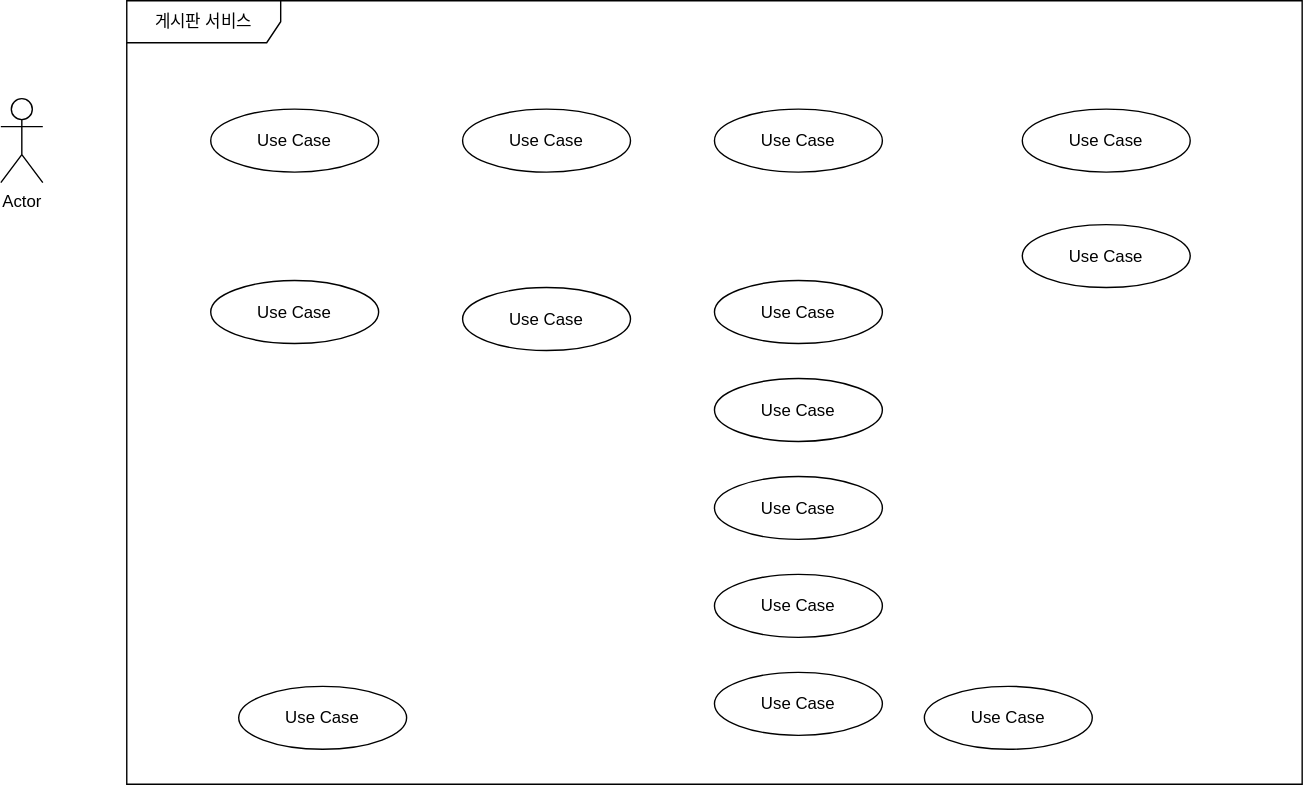
Earlier version of the draw.io export JBoard1/게시판 유스케이스.svg (bskim617/JSP). Source tidied: cells renumbered, new cells last; positions are measured from the earlier drawing's top-left corner, leaving out a move shared by most shapes. The source it was exported from:
```xml
<mxGraphModel background="#ffffff">
  <root>
    <mxCell id="0" />
    <mxCell id="1" parent="0" />
    <mxCell id="2" value="Actor" style="shape=umlActor;verticalLabelPosition=bottom;verticalAlign=top;html=1;outlineConnect=0;" parent="1" vertex="1">
      <mxGeometry y="70" width="30" height="60" as="geometry" />
    </mxCell>
    <mxCell id="3" value="게시판 서비스" style="shape=umlFrame;whiteSpace=wrap;html=1;width=110;height=30;" parent="1" vertex="1">
      <mxGeometry x="90" width="840" height="560" as="geometry" />
    </mxCell>
    <mxCell id="4" value="Use Case" style="ellipse;whiteSpace=wrap;html=1;" parent="1" vertex="1">
      <mxGeometry x="150" y="77.5" width="120" height="45" as="geometry" />
    </mxCell>
    <mxCell id="5" value="Use Case" style="ellipse;whiteSpace=wrap;html=1;" parent="1" vertex="1">
      <mxGeometry x="730" y="160" width="120" height="45" as="geometry" />
    </mxCell>
    <mxCell id="6" value="Use Case" style="ellipse;whiteSpace=wrap;html=1;" parent="1" vertex="1">
      <mxGeometry x="730" y="77.5" width="120" height="45" as="geometry" />
    </mxCell>
    <mxCell id="7" value="Use Case" style="ellipse;whiteSpace=wrap;html=1;" parent="1" vertex="1">
      <mxGeometry x="510" y="77.5" width="120" height="45" as="geometry" />
    </mxCell>
    <mxCell id="8" value="Use Case" style="ellipse;whiteSpace=wrap;html=1;" parent="1" vertex="1">
      <mxGeometry x="330" y="77.5" width="120" height="45" as="geometry" />
    </mxCell>
    <mxCell id="9" value="Use Case" style="ellipse;whiteSpace=wrap;html=1;" parent="1" vertex="1">
      <mxGeometry x="660" y="490" width="120" height="45" as="geometry" />
    </mxCell>
    <mxCell id="10" value="Use Case" style="ellipse;whiteSpace=wrap;html=1;" parent="1" vertex="1">
      <mxGeometry x="170" y="490" width="120" height="45" as="geometry" />
    </mxCell>
    <mxCell id="11" value="Use Case" style="ellipse;whiteSpace=wrap;html=1;" parent="1" vertex="1">
      <mxGeometry x="150" y="200" width="120" height="45" as="geometry" />
    </mxCell>
    <mxCell id="12" value="Use Case" style="ellipse;whiteSpace=wrap;html=1;" parent="1" vertex="1">
      <mxGeometry x="510" y="480" width="120" height="45" as="geometry" />
    </mxCell>
    <mxCell id="13" value="Use Case" style="ellipse;whiteSpace=wrap;html=1;" parent="1" vertex="1">
      <mxGeometry x="510" y="410" width="120" height="45" as="geometry" />
    </mxCell>
    <mxCell id="14" value="Use Case" style="ellipse;whiteSpace=wrap;html=1;" parent="1" vertex="1">
      <mxGeometry x="510" y="340" width="120" height="45" as="geometry" />
    </mxCell>
    <mxCell id="15" value="Use Case" style="ellipse;whiteSpace=wrap;html=1;" parent="1" vertex="1">
      <mxGeometry x="510" y="270" width="120" height="45" as="geometry" />
    </mxCell>
    <mxCell id="16" value="Use Case" style="ellipse;whiteSpace=wrap;html=1;" parent="1" vertex="1">
      <mxGeometry x="330" y="205" width="120" height="45" as="geometry" />
    </mxCell>
    <mxCell id="17" value="Use Case" style="ellipse;whiteSpace=wrap;html=1;" parent="1" vertex="1">
      <mxGeometry x="510" y="200" width="120" height="45" as="geometry" />
    </mxCell>
  </root>
</mxGraphModel>
```
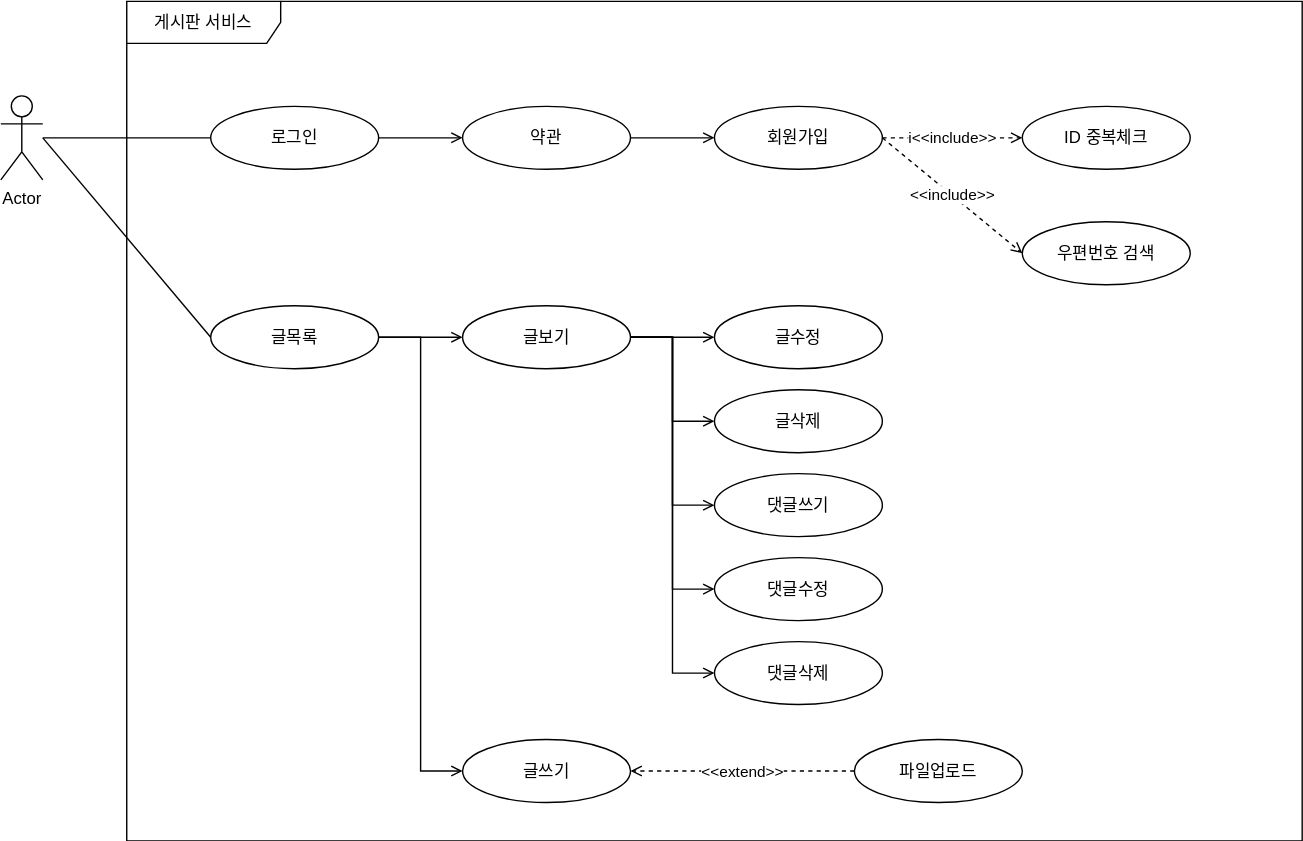
The same diagram one commit later.

Change to the diagram source:
```diff
@@ -2,53 +2,101 @@
   <root>
     <mxCell id="0" />
     <mxCell id="1" parent="0" />
+    <mxCell id="3" value="게시판 서비스" style="shape=umlFrame;whiteSpace=wrap;html=1;width=110;height=30;" parent="1" vertex="1">
+      <mxGeometry x="90" y="2.5" width="840" height="600" as="geometry" />
+    </mxCell>
+    <mxCell id="18" style="edgeStyle=orthogonalEdgeStyle;rounded=0;jettySize=auto;html=1;endArrow=none;endFill=0;" parent="1" edge="1" source="2" target="4">
+      <mxGeometry relative="1" as="geometry" />
+    </mxCell>
+    <mxCell id="19" style="edgeStyle=none;rounded=0;jettySize=auto;html=1;entryX=0;entryY=0.5;entryDx=0;entryDy=0;strokeColor=default;endArrow=none;endFill=0;" parent="1" edge="1" target="11">
+      <mxGeometry relative="1" as="geometry">
+        <mxPoint x="30" y="100" as="sourcePoint" />
+      </mxGeometry>
+    </mxCell>
     <mxCell id="2" value="Actor" style="shape=umlActor;verticalLabelPosition=bottom;verticalAlign=top;html=1;outlineConnect=0;" parent="1" vertex="1">
       <mxGeometry y="70" width="30" height="60" as="geometry" />
     </mxCell>
-    <mxCell id="3" value="게시판 서비스" style="shape=umlFrame;whiteSpace=wrap;html=1;width=110;height=30;" parent="1" vertex="1">
-      <mxGeometry x="90" width="840" height="560" as="geometry" />
-    </mxCell>
+    <mxCell id="20" style="edgeStyle=none;rounded=0;jettySize=auto;html=1;endArrow=open;endFill=0;" parent="1" edge="1" source="4" target="8">
+      <mxGeometry relative="1" as="geometry" />
+    </mxCell>
-    <mxCell id="4" value="Use Case" style="ellipse;whiteSpace=wrap;html=1;" parent="1" vertex="1">
+    <mxCell id="4" value="로그인" style="ellipse;whiteSpace=wrap;html=1;" parent="1" vertex="1">
       <mxGeometry x="150" y="77.5" width="120" height="45" as="geometry" />
     </mxCell>
-    <mxCell id="5" value="Use Case" style="ellipse;whiteSpace=wrap;html=1;" parent="1" vertex="1">
+    <mxCell id="5" value="우편번호 검색" style="ellipse;whiteSpace=wrap;html=1;" parent="1" vertex="1">
       <mxGeometry x="730" y="160" width="120" height="45" as="geometry" />
     </mxCell>
-    <mxCell id="6" value="Use Case" style="ellipse;whiteSpace=wrap;html=1;" parent="1" vertex="1">
+    <mxCell id="6" value="ID 중복체크" style="ellipse;whiteSpace=wrap;html=1;" parent="1" vertex="1">
       <mxGeometry x="730" y="77.5" width="120" height="45" as="geometry" />
     </mxCell>
+    <mxCell id="21" value="i&amp;lt;&amp;lt;include&amp;gt;&amp;gt;" style="edgeStyle=none;rounded=0;jettySize=auto;html=1;dashed=1;endArrow=open;endFill=0;" parent="1" edge="1" source="7" target="6">
+      <mxGeometry relative="1" as="geometry" />
+    </mxCell>
+    <mxCell id="22" value="&amp;lt;&amp;lt;include&amp;gt;&amp;gt;" style="rounded=0;jettySize=auto;html=1;entryX=0;entryY=0.5;entryDx=0;entryDy=0;dashed=1;endArrow=open;endFill=0;" parent="1" edge="1" source="7" target="5">
+      <mxGeometry relative="1" as="geometry">
+        <Array as="points">
+          <mxPoint x="630" y="100" />
+        </Array>
+      </mxGeometry>
+    </mxCell>
-    <mxCell id="7" value="Use Case" style="ellipse;whiteSpace=wrap;html=1;" parent="1" vertex="1">
+    <mxCell id="7" value="회원가입" style="ellipse;whiteSpace=wrap;html=1;" parent="1" vertex="1">
       <mxGeometry x="510" y="77.5" width="120" height="45" as="geometry" />
     </mxCell>
+    <mxCell id="23" style="edgeStyle=none;rounded=0;jettySize=auto;html=1;endArrow=open;endFill=0;" parent="1" edge="1" source="8" target="7">
+      <mxGeometry relative="1" as="geometry" />
+    </mxCell>
-    <mxCell id="8" value="Use Case" style="ellipse;whiteSpace=wrap;html=1;" parent="1" vertex="1">
+    <mxCell id="8" value="약관" style="ellipse;whiteSpace=wrap;html=1;" parent="1" vertex="1">
       <mxGeometry x="330" y="77.5" width="120" height="45" as="geometry" />
     </mxCell>
+    <mxCell id="24" value="&amp;lt;&amp;lt;extend&amp;gt;&amp;gt;" style="edgeStyle=orthogonalEdgeStyle;rounded=0;jettySize=auto;html=1;dashed=1;endArrow=open;endFill=0;" parent="1" edge="1" source="9" target="10">
+      <mxGeometry relative="1" as="geometry" />
+    </mxCell>
-    <mxCell id="9" value="Use Case" style="ellipse;whiteSpace=wrap;html=1;" parent="1" vertex="1">
-      <mxGeometry x="660" y="490" width="120" height="45" as="geometry" />
+    <mxCell id="9" value="파일업로드" style="ellipse;whiteSpace=wrap;html=1;" parent="1" vertex="1">
+      <mxGeometry x="610" y="530" width="120" height="45" as="geometry" />
     </mxCell>
-    <mxCell id="10" value="Use Case" style="ellipse;whiteSpace=wrap;html=1;" parent="1" vertex="1">
-      <mxGeometry x="170" y="490" width="120" height="45" as="geometry" />
+    <mxCell id="10" value="글쓰기" style="ellipse;whiteSpace=wrap;html=1;" parent="1" vertex="1">
+      <mxGeometry x="330" y="530" width="120" height="45" as="geometry" />
     </mxCell>
+    <mxCell id="25" style="edgeStyle=orthogonalEdgeStyle;rounded=0;jettySize=auto;html=1;endArrow=open;endFill=0;" parent="1" edge="1" source="11" target="16">
+      <mxGeometry relative="1" as="geometry" />
+    </mxCell>
+    <mxCell id="26" style="edgeStyle=orthogonalEdgeStyle;rounded=0;jettySize=auto;html=1;entryX=0;entryY=0.5;entryDx=0;entryDy=0;strokeColor=default;endArrow=open;endFill=0;" parent="1" edge="1" source="11" target="10">
+      <mxGeometry relative="1" as="geometry" />
+    </mxCell>
-    <mxCell id="11" value="Use Case" style="ellipse;whiteSpace=wrap;html=1;" parent="1" vertex="1">
-      <mxGeometry x="150" y="200" width="120" height="45" as="geometry" />
+    <mxCell id="11" value="글목록" style="ellipse;whiteSpace=wrap;html=1;" parent="1" vertex="1">
+      <mxGeometry x="150" y="220" width="120" height="45" as="geometry" />
     </mxCell>
-    <mxCell id="12" value="Use Case" style="ellipse;whiteSpace=wrap;html=1;" parent="1" vertex="1">
-      <mxGeometry x="510" y="480" width="120" height="45" as="geometry" />
+    <mxCell id="12" value="댓글삭제" style="ellipse;whiteSpace=wrap;html=1;" parent="1" vertex="1">
+      <mxGeometry x="510" y="460" width="120" height="45" as="geometry" />
     </mxCell>
-    <mxCell id="13" value="Use Case" style="ellipse;whiteSpace=wrap;html=1;" parent="1" vertex="1">
-      <mxGeometry x="510" y="410" width="120" height="45" as="geometry" />
+    <mxCell id="13" value="댓글수정" style="ellipse;whiteSpace=wrap;html=1;" parent="1" vertex="1">
+      <mxGeometry x="510" y="400" width="120" height="45" as="geometry" />
     </mxCell>
-    <mxCell id="14" value="Use Case" style="ellipse;whiteSpace=wrap;html=1;" parent="1" vertex="1">
+    <mxCell id="14" value="댓글쓰기" style="ellipse;whiteSpace=wrap;html=1;" parent="1" vertex="1">
       <mxGeometry x="510" y="340" width="120" height="45" as="geometry" />
     </mxCell>
-    <mxCell id="15" value="Use Case" style="ellipse;whiteSpace=wrap;html=1;" parent="1" vertex="1">
-      <mxGeometry x="510" y="270" width="120" height="45" as="geometry" />
+    <mxCell id="15" value="글삭제" style="ellipse;whiteSpace=wrap;html=1;" parent="1" vertex="1">
+      <mxGeometry x="510" y="280" width="120" height="45" as="geometry" />
     </mxCell>
+    <mxCell id="27" style="edgeStyle=orthogonalEdgeStyle;rounded=0;jettySize=auto;html=1;endArrow=open;endFill=0;" parent="1" edge="1" source="16" target="17">
+      <mxGeometry relative="1" as="geometry" />
+    </mxCell>
+    <mxCell id="28" style="edgeStyle=orthogonalEdgeStyle;rounded=0;jettySize=auto;html=1;entryX=0;entryY=0.5;entryDx=0;entryDy=0;endArrow=open;endFill=0;" parent="1" edge="1" source="16" target="15">
+      <mxGeometry relative="1" as="geometry" />
+    </mxCell>
+    <mxCell id="29" style="edgeStyle=orthogonalEdgeStyle;rounded=0;jettySize=auto;html=1;entryX=0;entryY=0.5;entryDx=0;entryDy=0;endArrow=open;endFill=0;" parent="1" edge="1" source="16" target="14">
+      <mxGeometry relative="1" as="geometry" />
+    </mxCell>
+    <mxCell id="30" style="edgeStyle=orthogonalEdgeStyle;rounded=0;jettySize=auto;html=1;entryX=0;entryY=0.5;entryDx=0;entryDy=0;endArrow=open;endFill=0;" parent="1" edge="1" source="16" target="13">
+      <mxGeometry relative="1" as="geometry" />
+    </mxCell>
+    <mxCell id="31" style="edgeStyle=orthogonalEdgeStyle;rounded=0;jettySize=auto;html=1;entryX=0;entryY=0.5;entryDx=0;entryDy=0;endArrow=open;endFill=0;" parent="1" edge="1" source="16" target="12">
+      <mxGeometry relative="1" as="geometry" />
+    </mxCell>
-    <mxCell id="16" value="Use Case" style="ellipse;whiteSpace=wrap;html=1;" parent="1" vertex="1">
-      <mxGeometry x="330" y="205" width="120" height="45" as="geometry" />
+    <mxCell id="16" value="글보기" style="ellipse;whiteSpace=wrap;html=1;" parent="1" vertex="1">
+      <mxGeometry x="330" y="220" width="120" height="45" as="geometry" />
     </mxCell>
-    <mxCell id="17" value="Use Case" style="ellipse;whiteSpace=wrap;html=1;" parent="1" vertex="1">
-      <mxGeometry x="510" y="200" width="120" height="45" as="geometry" />
+    <mxCell id="17" value="글수정" style="ellipse;whiteSpace=wrap;html=1;" parent="1" vertex="1">
+      <mxGeometry x="510" y="220" width="120" height="45" as="geometry" />
     </mxCell>
   </root>
 </mxGraphModel>
```
